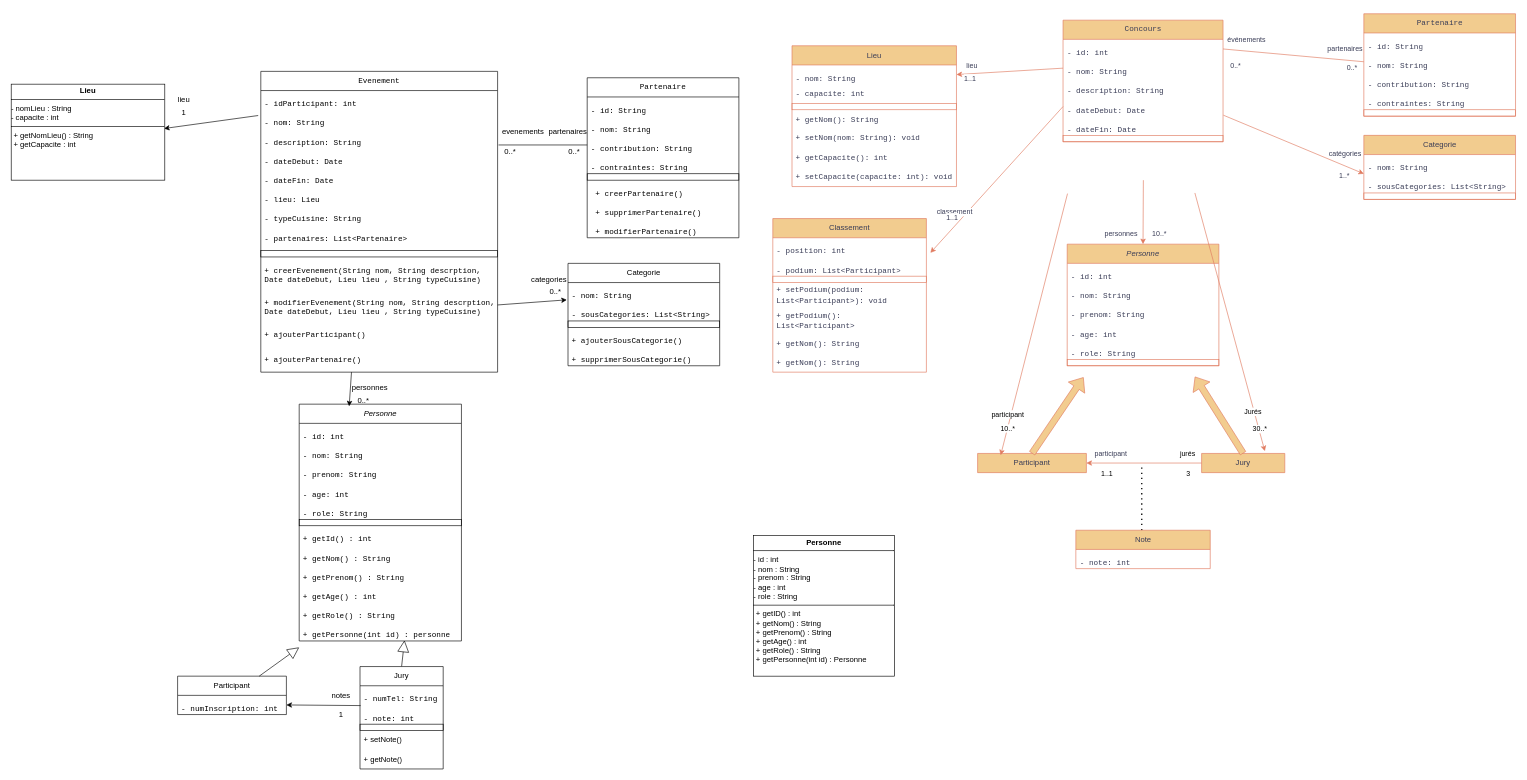
Earlier version of the draw.io diagram Conception/diagramme de classe méthodes.drawio (CSliveR/Chief-s-Arena). Source tidied: cells renumbered, new cells numbered last; positions are measured from the earlier drawing's top-left corner, leaving out a move shared by most shapes. Both pictures are drawn from the tidied source at 64%, with x=0, y=0 at pixel (11, 13).
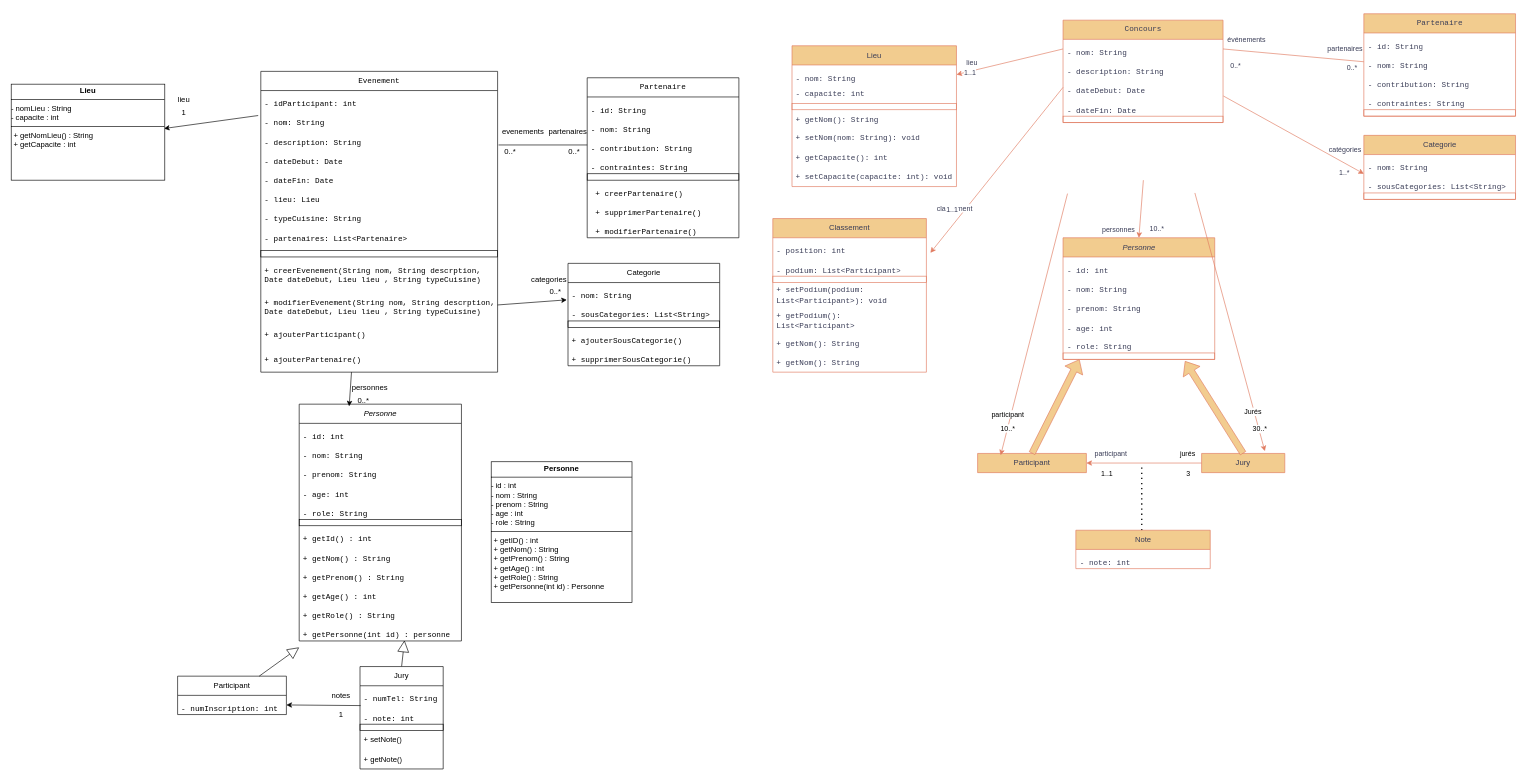
Above is the later version.

Unchanged cells that the change refers to:
```xml
<mxCell id="89" value="&lt;pre&gt;&lt;code class=&quot;!whitespace-pre hljs language-plaintext&quot;&gt;- nom: String&lt;/code&gt;&lt;/pre&gt;" style="text;strokeColor=none;fillColor=none;align=left;verticalAlign=middle;spacingLeft=4;spacingRight=4;overflow=hidden;points=[[0,0.5],[1,0.5]];portConstraint=eastwest;whiteSpace=wrap;html=1;labelBackgroundColor=none;fontColor=#393C56;" parent="87" vertex="1">
  <mxGeometry y="60" width="237" height="30" as="geometry" />
</mxCell>
<mxCell id="101" style="text;strokeColor=#E07A5F;fillColor=none;align=left;verticalAlign=middle;spacingLeft=4;spacingRight=4;overflow=hidden;points=[[0,0.5],[1,0.5]];portConstraint=eastwest;whiteSpace=wrap;html=1;" parent="94" vertex="1">
  <mxGeometry y="180" width="237" height="10" as="geometry" />
</mxCell>
<mxCell id="142" value="Participant" style="swimlane;fontStyle=0;horizontal=1;startSize=30;whiteSpace=wrap;html=1;labelBackgroundColor=none;fillColor=#F2CC8F;strokeColor=#E07A5F;fontColor=#393C56;" parent="1" vertex="1">
  <mxGeometry x="1510" y="687" width="170" height="30" as="geometry" />
</mxCell>
<mxCell id="144" value="Jury" style="swimlane;fontStyle=0;horizontal=1;startSize=30;whiteSpace=wrap;html=1;labelBackgroundColor=none;fillColor=#F2CC8F;strokeColor=#E07A5F;fontColor=#393C56;" parent="1" vertex="1">
  <mxGeometry x="1860" y="687" width="130" height="30" as="geometry" />
</mxCell>
```

Diff of the diagram source:
```diff
@@
     <mxCell id="76" value="&lt;p style=&quot;margin:0px;margin-top:4px;text-align:center;&quot;&gt;&lt;b&gt;Personne&lt;/b&gt;&lt;/p&gt;&lt;hr size=&quot;1&quot; style=&quot;border-style:solid;&quot;&gt;&lt;div&gt;- id : int&lt;/div&gt;&lt;div&gt;- nom : String&lt;/div&gt;&lt;div&gt;- prenom : String&lt;/div&gt;&lt;div&gt;- age : int&lt;/div&gt;&lt;div&gt;- role : String&lt;br&gt;&lt;/div&gt;&lt;hr size=&quot;1&quot; style=&quot;border-style:solid;&quot;&gt;&lt;p style=&quot;margin:0px;margin-left:4px;&quot;&gt;+ getID() : int&lt;/p&gt;&lt;p style=&quot;margin:0px;margin-left:4px;&quot;&gt;+ getNom() : String&lt;/p&gt;&lt;p style=&quot;margin:0px;margin-left:4px;&quot;&gt;+ getPrenom() : String&lt;/p&gt;&lt;p style=&quot;margin:0px;margin-left:4px;&quot;&gt;+ getAge() : int&lt;/p&gt;&lt;p style=&quot;margin:0px;margin-left:4px;&quot;&gt;+ getRole() : String&lt;/p&gt;&lt;p style=&quot;margin:0px;margin-left:4px;&quot;&gt;+ getPersonne(int id) : Personne&lt;br&gt;&lt;/p&gt;" style="verticalAlign=top;align=left;overflow=fill;html=1;whiteSpace=wrap;" parent="1" vertex="1">
-      <mxGeometry x="1160" y="815" width="220" height="220" as="geometry" />
+      <mxGeometry x="750" y="700" width="220" height="220" as="geometry" />
     </mxCell>
@@
     <mxCell id="79" value="&lt;pre&gt;&lt;code&gt;Concours&lt;/code&gt;&lt;/pre&gt;" style="swimlane;fontStyle=0;horizontal=1;startSize=30;whiteSpace=wrap;html=1;labelBackgroundColor=none;fillColor=#F2CC8F;strokeColor=#E07A5F;fontColor=#393C56;" parent="1" vertex="1">
-      <mxGeometry x="1643.5" y="10" width="250" height="190" as="geometry" />
+      <mxGeometry x="1643.5" y="10" width="250" height="160" as="geometry" />
     </mxCell>
-    <mxCell id="80" value="&lt;pre&gt;&lt;code class=&quot;!whitespace-pre hljs language-plaintext&quot;&gt;- id: int&lt;/code&gt;&lt;/pre&gt;" style="text;strokeColor=none;fillColor=none;align=left;verticalAlign=middle;spacingLeft=4;spacingRight=4;overflow=hidden;points=[[0,0.5],[1,0.5]];portConstraint=eastwest;whiteSpace=wrap;html=1;labelBackgroundColor=none;fontColor=#393C56;" parent="79" vertex="1">
-      <mxGeometry y="30" width="250" height="30" as="geometry" />
-    </mxCell>
     <mxCell id="81" value="&lt;pre&gt;&lt;code class=&quot;!whitespace-pre hljs language-plaintext&quot;&gt;- nom: String&lt;/code&gt;&lt;/pre&gt;" style="text;strokeColor=none;fillColor=none;align=left;verticalAlign=middle;spacingLeft=4;spacingRight=4;overflow=hidden;points=[[0,0.5],[1,0.5]];portConstraint=eastwest;whiteSpace=wrap;html=1;labelBackgroundColor=none;fontColor=#393C56;" parent="79" vertex="1">
-      <mxGeometry y="60" width="250" height="30" as="geometry" />
+      <mxGeometry y="30" width="250" height="30" as="geometry" />
     </mxCell>
     <mxCell id="82" value="&lt;pre&gt;&lt;code class=&quot;!whitespace-pre hljs language-plaintext&quot;&gt;- description: String&lt;/code&gt;&lt;/pre&gt;" style="text;strokeColor=none;fillColor=none;align=left;verticalAlign=middle;spacingLeft=4;spacingRight=4;overflow=hidden;whiteSpace=wrap;html=1;labelBackgroundColor=none;fontColor=#393C56;" parent="79" vertex="1">
-      <mxGeometry y="90" width="250" height="30" as="geometry" />
+      <mxGeometry y="60" width="250" height="30" as="geometry" />
     </mxCell>
     <mxCell id="83" value="&lt;pre&gt;&lt;code class=&quot;!whitespace-pre hljs language-plaintext&quot;&gt;- dateDebut: Date&lt;/code&gt;&lt;/pre&gt;" style="text;strokeColor=none;fillColor=none;align=left;verticalAlign=middle;spacingLeft=4;spacingRight=4;overflow=hidden;points=[[0,0.5],[1,0.5]];portConstraint=eastwest;whiteSpace=wrap;html=1;labelBackgroundColor=none;fontColor=#393C56;" parent="79" vertex="1">
-      <mxGeometry y="120" width="250" height="30" as="geometry" />
+      <mxGeometry y="90" width="250" height="30" as="geometry" />
     </mxCell>
     <mxCell id="84" value="&lt;pre&gt;&lt;code class=&quot;!whitespace-pre hljs language-plaintext&quot;&gt;- dateFin: Date&lt;/code&gt;&lt;/pre&gt;" style="text;strokeColor=none;fillColor=none;align=left;verticalAlign=middle;spacingLeft=4;spacingRight=4;overflow=hidden;points=[[0,0.5],[1,0.5]];portConstraint=eastwest;whiteSpace=wrap;html=1;labelBackgroundColor=none;fontColor=#393C56;" parent="79" vertex="1">
-      <mxGeometry y="150" width="250" height="30" as="geometry" />
+      <mxGeometry y="120" width="250" height="30" as="geometry" />
     </mxCell>
     <mxCell id="85" value="&lt;pre&gt;&lt;br&gt;&lt;/pre&gt;" style="text;strokeColor=#E07A5F;fillColor=none;align=left;verticalAlign=middle;spacingLeft=4;spacingRight=4;overflow=hidden;whiteSpace=wrap;html=1;labelBackgroundColor=none;fontColor=#393C56;" parent="79" vertex="1">
-      <mxGeometry y="180" width="250" as="geometry" />
+      <mxGeometry y="150" width="250" as="geometry" />
     </mxCell>
     <mxCell id="86" style="text;align=left;verticalAlign=middle;spacingLeft=4;spacingRight=4;overflow=hidden;whiteSpace=wrap;html=1;fillColor=none;strokeColor=#E07A5F;" parent="79" vertex="1">
-      <mxGeometry y="180" width="250" height="10" as="geometry" />
+      <mxGeometry y="150" width="250" height="10" as="geometry" />
     </mxCell>
@@
     <mxCell id="94" value="&lt;div&gt;&lt;i&gt;Personne&lt;/i&gt;&lt;/div&gt;" style="swimlane;fontStyle=0;horizontal=1;startSize=30;whiteSpace=wrap;html=1;labelBackgroundColor=none;fillColor=#F2CC8F;strokeColor=#E07A5F;fontColor=#393C56;" parent="1" vertex="1">
-      <mxGeometry x="1650" y="360" width="237" height="190" as="geometry" />
+      <mxGeometry x="1643.5" y="350" width="237" height="190" as="geometry" />
     </mxCell>
@@
-    <mxCell id="134" style="endArrow=none;html=1;rounded=0;exitX=1;exitY=0.5;exitDx=0;exitDy=0;entryX=0;entryY=0.5;entryDx=0;entryDy=0;labelBackgroundColor=none;strokeColor=#E07A5F;fontColor=default;" parent="1" edge="1" source="80" target="89">
-      <mxGeometry relative="1" as="geometry" />
+    <mxCell id="134" style="endArrow=none;html=1;rounded=0;exitX=1;exitY=0.5;exitDx=0;exitDy=0;entryX=0;entryY=0.5;entryDx=0;entryDy=0;labelBackgroundColor=none;strokeColor=#E07A5F;fontColor=default;" parent="1" edge="1" target="89">
+      <mxGeometry relative="1" as="geometry">
+        <mxPoint x="1893.5" y="55" as="sourcePoint" />
+      </mxGeometry>
     </mxCell>
@@
-    <mxCell id="151" style="shape=flexArrow;endArrow=classic;html=1;rounded=0;strokeColor=#E07A5F;fontColor=#393C56;fillColor=#F2CC8F;exitX=0.5;exitY=0;exitDx=0;exitDy=0;entryX=0.166;entryY=1.037;entryDx=0;entryDy=0;entryPerimeter=0;" parent="1" edge="1" source="142">
-      <mxGeometry relative="1" as="geometry">
-        <mxPoint x="1675.5" y="568" as="targetPoint" />
-      </mxGeometry>
+    <mxCell id="151" style="shape=flexArrow;endArrow=classic;html=1;rounded=0;strokeColor=#E07A5F;fontColor=#393C56;fillColor=#F2CC8F;exitX=0.5;exitY=0;exitDx=0;exitDy=0;entryX=0.108;entryY=1;entryDx=0;entryDy=0;entryPerimeter=0;" parent="1" edge="1" source="142" target="101">
+      <mxGeometry relative="1" as="geometry" />
     </mxCell>
-    <mxCell id="152" style="shape=flexArrow;endArrow=classic;html=1;rounded=0;strokeColor=#E07A5F;fontColor=#393C56;fillColor=#F2CC8F;exitX=0.5;exitY=0;exitDx=0;exitDy=0;entryX=0.898;entryY=1.007;entryDx=0;entryDy=0;entryPerimeter=0;" parent="1" edge="1" source="144">
-      <mxGeometry relative="1" as="geometry">
-        <mxPoint x="1849.5" y="567" as="targetPoint" />
-      </mxGeometry>
+    <mxCell id="152" style="shape=flexArrow;endArrow=classic;html=1;rounded=0;strokeColor=#E07A5F;fontColor=#393C56;fillColor=#F2CC8F;exitX=0.5;exitY=0;exitDx=0;exitDy=0;entryX=0.804;entryY=1.271;entryDx=0;entryDy=0;entryPerimeter=0;" parent="1" edge="1" source="144" target="101">
+      <mxGeometry relative="1" as="geometry" />
     </mxCell>
```
